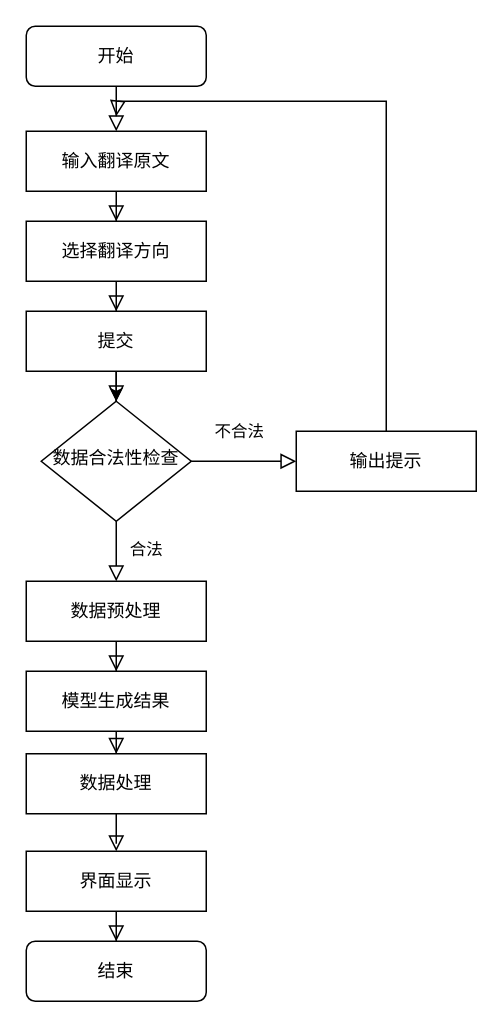
Above: page "Page-1" (1 of 5) of 系统流程图.drawio in Mo-DuQian/rhetoric-poem-data (draw.io), before the change. Source tidied: cells renumbered, new cells numbered last; positions are measured from the earlier drawing's top-left corner, leaving out a move shared by most shapes. Both pictures are drawn from the tidied source at 150%, with x=0, y=0 at pixel (26, 26).
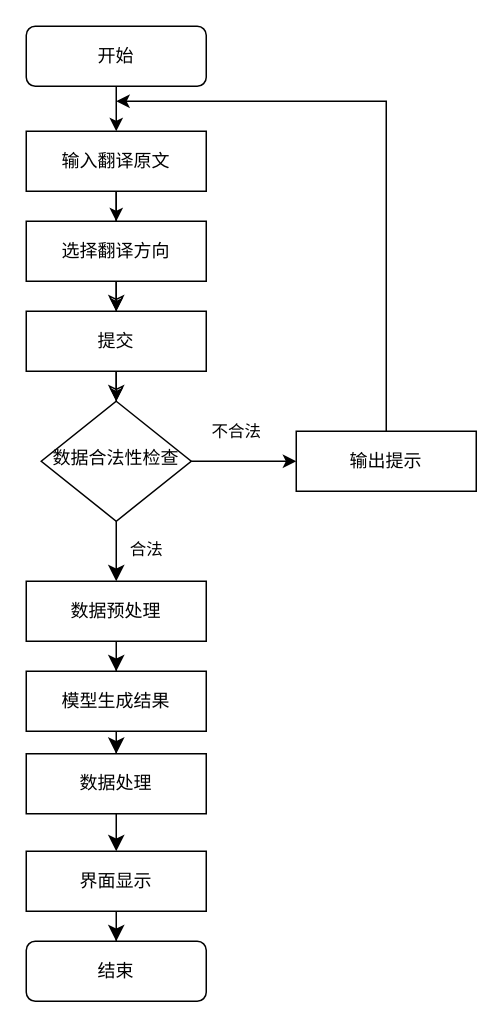
The same page after the edit.

Unchanged cells that the change refers to:
```xml
<mxCell id="3" value="&lt;font face=&quot;Verdana&quot;&gt;开始&lt;/font&gt;" style="rounded=1;whiteSpace=wrap;html=1;fontSize=12;glass=0;strokeWidth=1;shadow=0;" parent="1" vertex="1">
  <mxGeometry width="120" height="40" as="geometry" />
</mxCell>
<mxCell id="6" value="&lt;font face=&quot;Verdana&quot;&gt;数据合法性检查&lt;/font&gt;" style="rhombus;whiteSpace=wrap;html=1;shadow=0;fontFamily=Helvetica;fontSize=12;align=center;strokeWidth=1;spacing=6;spacingTop=-4;" parent="1" vertex="1">
  <mxGeometry x="10" y="250" width="100" height="80" as="geometry" />
</mxCell>
<mxCell id="7" value="&lt;font face=&quot;Verdana&quot;&gt;结束&lt;/font&gt;" style="rounded=1;whiteSpace=wrap;html=1;fontSize=12;glass=0;strokeWidth=1;shadow=0;" parent="1" vertex="1">
  <mxGeometry y="610" width="120" height="40" as="geometry" />
</mxCell>
<mxCell id="9" value="输出提示" style="rounded=0;whiteSpace=wrap;html=1;fontSize=12;glass=0;strokeWidth=1;shadow=0;" parent="1" vertex="1">
  <mxGeometry x="180" y="270" width="120" height="40" as="geometry" />
</mxCell>
<mxCell id="11" value="&lt;font face=&quot;Verdana&quot;&gt;输入翻译原文&lt;/font&gt;" style="rounded=0;whiteSpace=wrap;html=1;" parent="1" vertex="1">
  <mxGeometry y="70" width="120" height="40" as="geometry" />
</mxCell>
<mxCell id="13" value="&lt;font face=&quot;Verdana&quot;&gt;选择翻译方向&lt;/font&gt;" style="rounded=0;whiteSpace=wrap;html=1;" parent="1" vertex="1">
  <mxGeometry y="130" width="120" height="40" as="geometry" />
</mxCell>
<mxCell id="16" value="&lt;font face=&quot;Verdana&quot;&gt;提交&lt;/font&gt;" style="rounded=0;whiteSpace=wrap;html=1;" parent="1" vertex="1">
  <mxGeometry y="190" width="120" height="40" as="geometry" />
</mxCell>
<mxCell id="18" value="&lt;font face=&quot;Verdana&quot;&gt;数据预处理&lt;/font&gt;" style="rounded=0;whiteSpace=wrap;html=1;" parent="1" vertex="1">
  <mxGeometry y="370" width="120" height="40" as="geometry" />
</mxCell>
<mxCell id="20" value="&lt;font face=&quot;Verdana&quot;&gt;模型生成结果&lt;/font&gt;" style="rounded=0;whiteSpace=wrap;html=1;" parent="1" vertex="1">
  <mxGeometry y="430" width="120" height="40" as="geometry" />
</mxCell>
<mxCell id="22" value="&lt;font face=&quot;Verdana&quot;&gt;数据处理&lt;/font&gt;" style="rounded=0;whiteSpace=wrap;html=1;" parent="1" vertex="1">
  <mxGeometry y="485" width="120" height="40" as="geometry" />
</mxCell>
<mxCell id="24" value="&lt;font face=&quot;Verdana&quot;&gt;界面显示&lt;/font&gt;" style="rounded=0;whiteSpace=wrap;html=1;" parent="1" vertex="1">
  <mxGeometry y="550" width="120" height="40" as="geometry" />
</mxCell>
```

What changed in the source:
```diff
@@
-    <mxCell id="2" style="edgeStyle=orthogonalEdgeStyle;rounded=0;jettySize=auto;html=1;labelBackgroundColor=none;endArrow=block;endFill=0;endSize=8;strokeWidth=1;shadow=0;" parent="1" edge="1" source="3" target="11">
+    <mxCell id="2" style="edgeStyle=orthogonalEdgeStyle;rounded=0;jettySize=auto;html=1;entryX=0.5;entryY=0;entryDx=0;entryDy=0;" parent="1" edge="1" source="3" target="11">
       <mxGeometry relative="1" as="geometry" />
     </mxCell>
@@
-    <mxCell id="4" value="合法" style="rounded=0;html=1;jettySize=auto;fontSize=11;endArrow=block;endFill=0;endSize=8;strokeWidth=1;shadow=0;labelBackgroundColor=none;edgeStyle=orthogonalEdgeStyle;entryX=0.5;entryY=0;entryDx=0;entryDy=0;" parent="1" edge="1" source="6" target="18">
+    <mxCell id="4" value="合法" style="rounded=0;html=1;jettySize=auto;fontSize=11;endArrow=classic;endFill=1;endSize=8;strokeWidth=1;shadow=0;labelBackgroundColor=default;edgeStyle=orthogonalEdgeStyle;entryX=0.5;entryY=0;entryDx=0;entryDy=0;" parent="1" edge="1" source="6" target="18">
       <mxGeometry x="-0.06" y="20" relative="1" as="geometry" />
     </mxCell>
-    <mxCell id="5" value="不合法" style="edgeStyle=orthogonalEdgeStyle;rounded=0;html=1;jettySize=auto;fontSize=11;endArrow=block;endFill=0;endSize=8;strokeWidth=1;shadow=0;labelBackgroundColor=none;" parent="1" edge="1" source="6" target="9">
-      <mxGeometry x="-0.09" y="20" relative="1" as="geometry" />
+    <mxCell id="5" value="不合法" style="edgeStyle=orthogonalEdgeStyle;rounded=0;html=1;jettySize=auto;fontSize=11;endArrow=classic;endFill=1;strokeWidth=1;shadow=0;labelBackgroundColor=default;exitX=1;exitY=0.5;exitDx=0;exitDy=0;entryX=0;entryY=0.5;entryDx=0;entryDy=0;" parent="1" edge="1" source="6" target="9">
+      <mxGeometry x="-0.14" y="20" relative="1" as="geometry">
+        <Array as="points">
+          <mxPoint x="140" y="290" />
+          <mxPoint x="140" y="290" />
+        </Array>
+      </mxGeometry>
     </mxCell>
@@
-    <mxCell id="8" style="edgeStyle=orthogonalEdgeStyle;rounded=0;jettySize=auto;html=1;labelBackgroundColor=none;endArrow=block;endFill=0;endSize=8;strokeWidth=1;shadow=0;" parent="1" edge="1" source="9">
-      <mxGeometry relative="1" as="geometry">
-        <mxPoint x="60" y="60" as="targetPoint" />
-        <Array as="points">
-          <mxPoint x="240" y="50" />
-          <mxPoint x="61" y="50" />
-          <mxPoint x="61" y="60" />
-        </Array>
-      </mxGeometry>
-    </mxCell>
+    <mxCell id="25" style="edgeStyle=orthogonalEdgeStyle;rounded=0;jettySize=auto;html=1;exitX=0.5;exitY=0;exitDx=0;exitDy=0;" parent="1" edge="1" source="9">
+      <mxGeometry relative="1" as="geometry">
+        <mxPoint x="60" y="50" as="targetPoint" />
+        <Array as="points">
+          <mxPoint x="240" y="50" />
+        </Array>
+      </mxGeometry>
+    </mxCell>
@@
-    <mxCell id="10" style="edgeStyle=orthogonalEdgeStyle;rounded=0;jettySize=auto;html=1;labelBackgroundColor=none;endArrow=block;endFill=0;endSize=8;strokeWidth=1;shadow=0;" parent="1" edge="1" source="11" target="13">
-      <mxGeometry relative="1" as="geometry" />
-    </mxCell>
+    <mxCell id="26" style="edgeStyle=orthogonalEdgeStyle;rounded=0;jettySize=auto;html=1;" parent="1" edge="1" source="11" target="16">
+      <mxGeometry relative="1" as="geometry" />
+    </mxCell>
@@
-    <mxCell id="12" style="edgeStyle=orthogonalEdgeStyle;rounded=0;jettySize=auto;html=1;labelBackgroundColor=none;endArrow=block;endFill=0;endSize=8;strokeWidth=1;shadow=0;" parent="1" edge="1" source="13" target="16">
+    <mxCell id="12" style="edgeStyle=orthogonalEdgeStyle;rounded=0;jettySize=auto;html=1;labelBackgroundColor=default;endArrow=classic;endFill=0;endSize=8;strokeWidth=1;shadow=0;" parent="1" edge="1" source="13" target="16">
       <mxGeometry relative="1" as="geometry" />
     </mxCell>
+    <mxCell id="27" style="edgeStyle=orthogonalEdgeStyle;rounded=0;jettySize=auto;html=1;" parent="1" edge="1" source="13">
+      <mxGeometry relative="1" as="geometry">
+        <mxPoint x="60" y="130" as="targetPoint" />
+      </mxGeometry>
+    </mxCell>
@@
-    <mxCell id="15" style="edgeStyle=orthogonalEdgeStyle;rounded=0;jettySize=auto;html=1;labelBackgroundColor=none;endArrow=block;endFill=0;endSize=8;strokeWidth=1;shadow=0;" parent="1" edge="1" source="16" target="6">
-      <mxGeometry relative="1" as="geometry" />
+    <mxCell id="15" style="edgeStyle=orthogonalEdgeStyle;rounded=0;jettySize=auto;html=1;labelBackgroundColor=default;endArrow=classic;endFill=0;endSize=8;strokeWidth=1;shadow=0;" parent="1" edge="1" source="16" target="6">
+      <mxGeometry relative="1" as="geometry">
+        <Array as="points">
+          <mxPoint x="60" y="240" />
+          <mxPoint x="60" y="240" />
+        </Array>
+      </mxGeometry>
     </mxCell>
@@
-    <mxCell id="17" style="edgeStyle=orthogonalEdgeStyle;rounded=0;jettySize=auto;html=1;labelBackgroundColor=none;endArrow=block;endFill=0;endSize=8;strokeWidth=1;shadow=0;" parent="1" edge="1" source="18" target="20">
+    <mxCell id="17" style="edgeStyle=orthogonalEdgeStyle;rounded=0;jettySize=auto;html=1;labelBackgroundColor=default;endArrow=classic;endFill=1;endSize=8;strokeWidth=1;shadow=0;" parent="1" edge="1" source="18" target="20">
       <mxGeometry relative="1" as="geometry" />
     </mxCell>
@@
-    <mxCell id="19" style="edgeStyle=orthogonalEdgeStyle;rounded=0;jettySize=auto;html=1;labelBackgroundColor=none;endArrow=block;endFill=0;endSize=8;strokeWidth=1;shadow=0;" parent="1" edge="1" source="20" target="22">
+    <mxCell id="19" style="edgeStyle=orthogonalEdgeStyle;rounded=0;jettySize=auto;html=1;labelBackgroundColor=default;endArrow=classic;endFill=1;endSize=8;strokeWidth=1;shadow=0;" parent="1" edge="1" source="20" target="22">
       <mxGeometry relative="1" as="geometry" />
     </mxCell>
@@
-    <mxCell id="21" style="edgeStyle=orthogonalEdgeStyle;rounded=0;jettySize=auto;html=1;labelBackgroundColor=none;endArrow=block;endFill=0;endSize=8;strokeWidth=1;shadow=0;" parent="1" edge="1" source="22" target="24">
+    <mxCell id="21" style="edgeStyle=orthogonalEdgeStyle;rounded=0;jettySize=auto;html=1;labelBackgroundColor=default;endArrow=classic;endFill=1;endSize=8;strokeWidth=1;shadow=0;" parent="1" edge="1" source="22" target="24">
       <mxGeometry relative="1" as="geometry" />
     </mxCell>
@@
-    <mxCell id="23" style="edgeStyle=orthogonalEdgeStyle;rounded=0;jettySize=auto;html=1;labelBackgroundColor=none;endArrow=block;endFill=0;endSize=8;strokeWidth=1;shadow=0;" parent="1" edge="1" source="24" target="7">
+    <mxCell id="23" style="edgeStyle=orthogonalEdgeStyle;rounded=0;jettySize=auto;html=1;labelBackgroundColor=default;endArrow=classic;endFill=1;endSize=8;strokeWidth=1;shadow=0;" parent="1" edge="1" source="24" target="7">
       <mxGeometry relative="1" as="geometry" />
     </mxCell>
```
